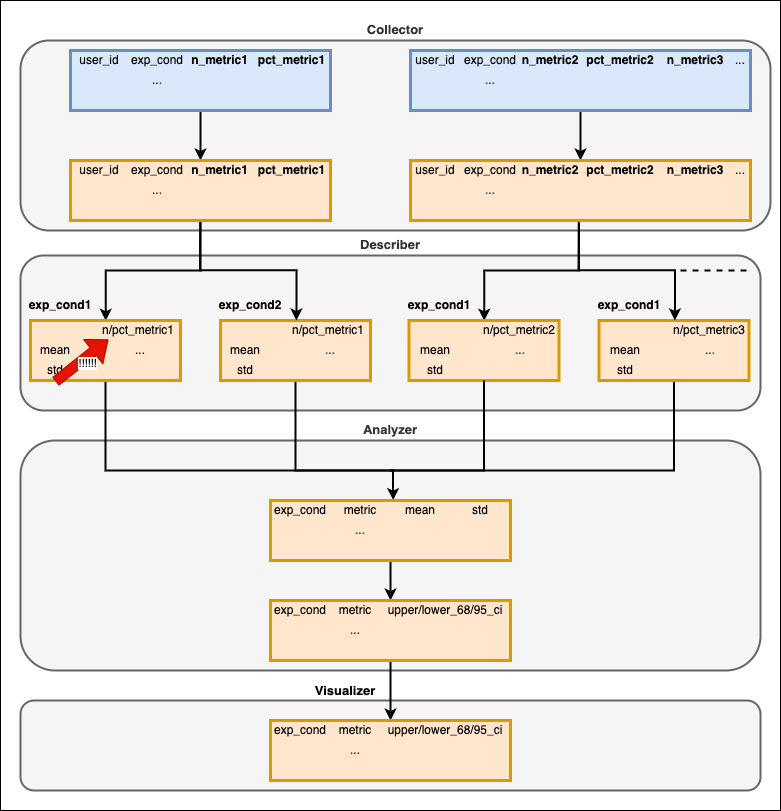
The draw.io diagram images/data_arch.drawio.png in kylekovac/abautomator-swipe, before a commit. Source tidied: cells renumbered, new cells last; positions are measured from the earlier drawing's top-left corner, leaving out a move shared by most shapes.
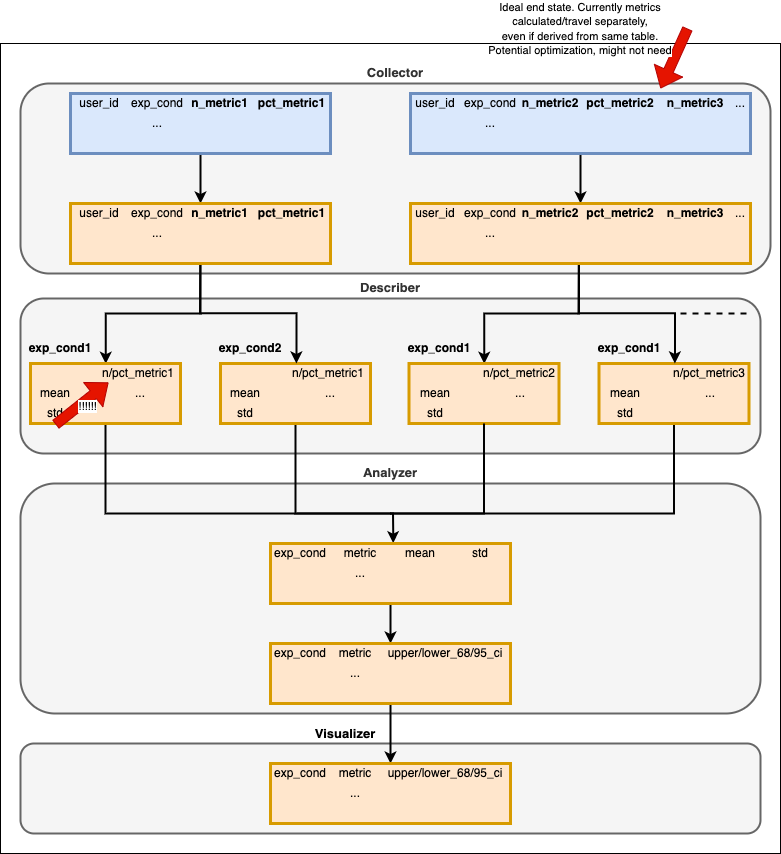
The same diagram one commit later.

Change to the diagram source:
```diff
@@ -621,5 +621,14 @@
         <mxPoint x="747.9" y="270" as="targetPoint" />
       </mxGeometry>
     </mxCell>
+    <mxCell id="197" style="shape=flexArrow;endArrow=classic;html=1;rounded=0;fillColor=#e51400;strokeColor=#B20000;labelPosition=center;verticalLabelPosition=bottom;align=center;verticalAlign=top;entryX=0.52;entryY=-0.05;entryDx=0;entryDy=0;entryPerimeter=0;" parent="1" edge="1">
+      <mxGeometry relative="1" as="geometry">
+        <mxPoint x="687" y="-15" as="sourcePoint" />
+        <mxPoint x="660" y="45" as="targetPoint" />
+      </mxGeometry>
+    </mxCell>
+    <mxCell id="198" value="&lt;meta charset=&quot;utf-8&quot;&gt;&lt;span style=&quot;color: rgb(0, 0, 0); font-family: helvetica; font-size: 11px; font-style: normal; font-weight: 400; letter-spacing: normal; text-align: center; text-indent: 0px; text-transform: none; word-spacing: 0px; background-color: rgb(255, 255, 255); display: inline; float: none;&quot;&gt;Ideal end state. Currently metrics calculated/travel separately,&lt;/span&gt;&lt;br style=&quot;color: rgb(0, 0, 0); font-family: helvetica; font-size: 11px; font-style: normal; font-weight: 400; letter-spacing: normal; text-align: center; text-indent: 0px; text-transform: none; word-spacing: 0px;&quot;&gt;&lt;span style=&quot;color: rgb(0, 0, 0); font-family: helvetica; font-size: 11px; font-style: normal; font-weight: 400; letter-spacing: normal; text-align: center; text-indent: 0px; text-transform: none; word-spacing: 0px; background-color: rgb(255, 255, 255); display: inline; float: none;&quot;&gt;even if derived from same table. Potential optimization, might not need&lt;/span&gt;" style="text;html=1;strokeColor=none;fillColor=none;align=center;verticalAlign=middle;whiteSpace=wrap;rounded=0;" parent="1" vertex="1">
+      <mxGeometry x="485" y="-30" width="190" height="30" as="geometry" />
+    </mxCell>
   </root>
 </mxGraphModel>
```
